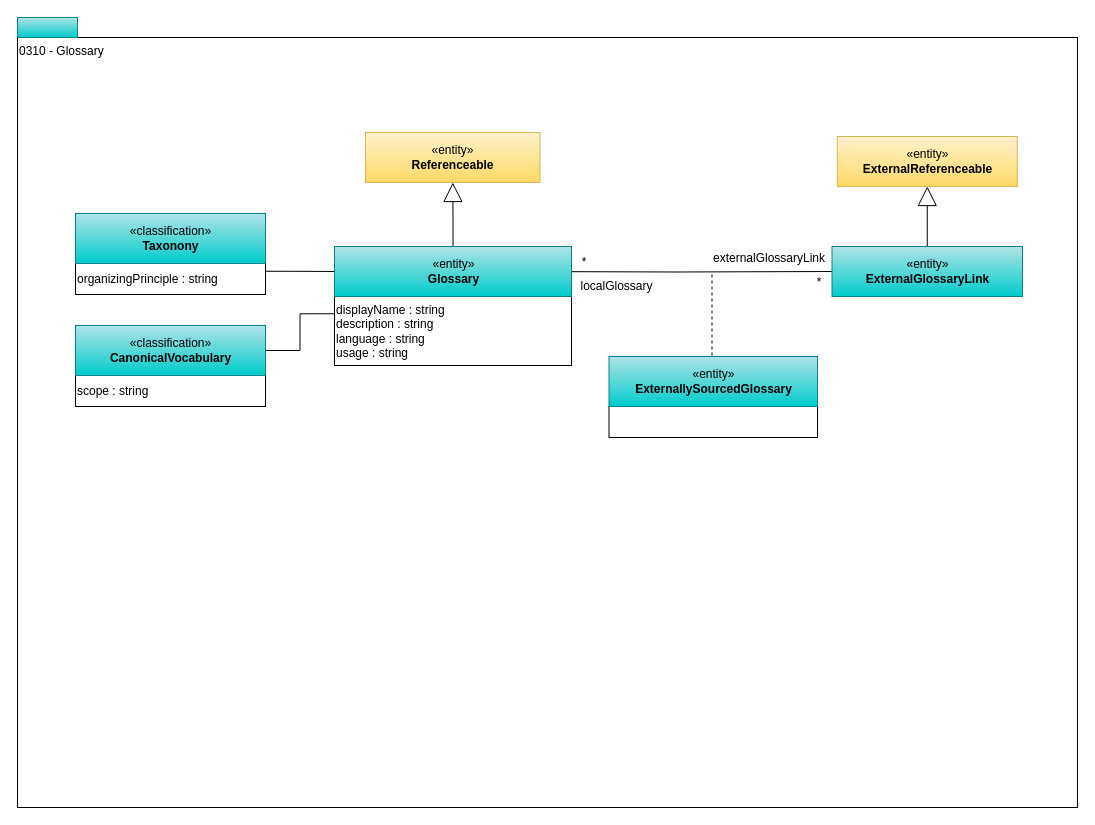
odpi/egeria keeps this draw.io diagram as page "0310-Glossary" (2 of 12) of open-metadata-publication/website/open-metadata-types/area-3-glossary.drawio. Above is the earlier version. Source tidied: cells renumbered, new cells numbered last; positions are measured from the earlier drawing's top-left corner, leaving out a move shared by most shapes. Both pictures are drawn from the tidied source at 100%, with x=0, y=0 at pixel (17, 17).
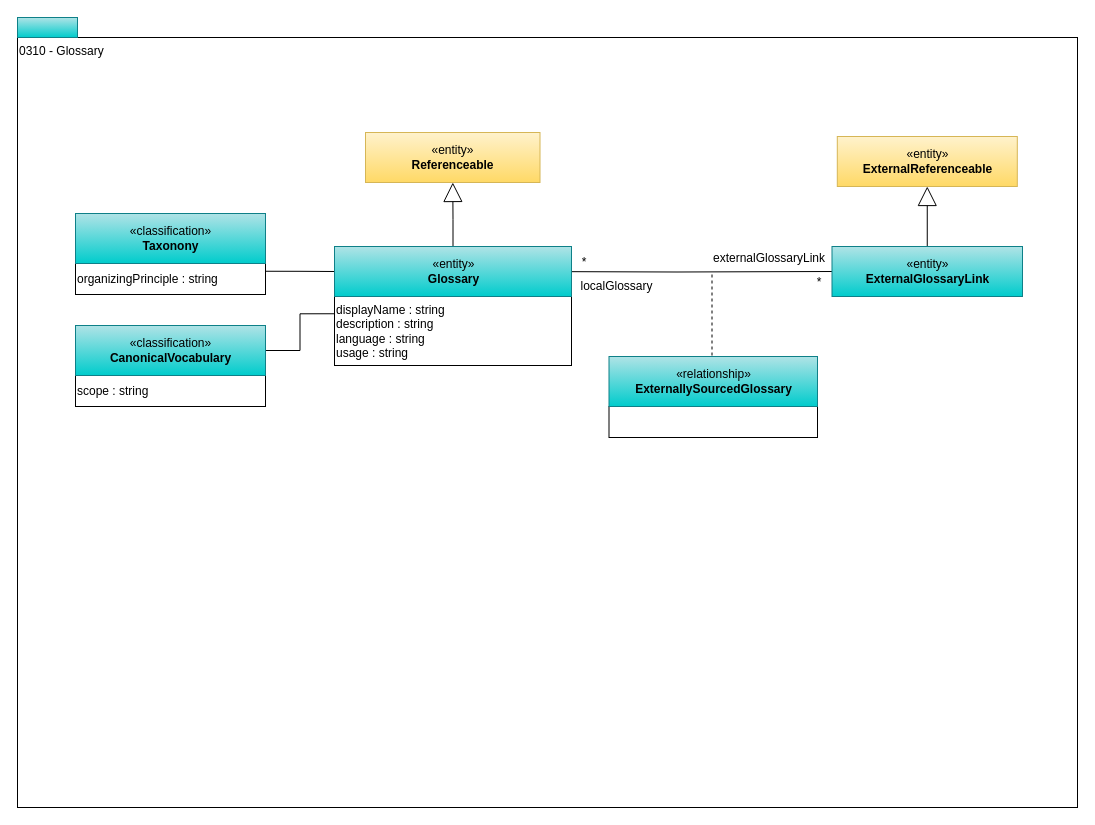
After the change.

What changed in the source:
```diff
@@
-    <mxCell id="24" value="«entity»&lt;br&gt;&lt;b&gt;ExternallySourcedGlossary&lt;/b&gt;" style="html=1;strokeColor=#0e8088;align=center;fillColor=#b0e3e6;gradientColor=#00CCCC;" parent="1" vertex="1">
+    <mxCell id="24" value="«relationship»&lt;br&gt;&lt;b&gt;ExternallySourcedGlossary&lt;/b&gt;" style="html=1;strokeColor=#0e8088;align=center;fillColor=#b0e3e6;gradientColor=#00CCCC;" parent="1" vertex="1">
       <mxGeometry x="591.5" y="339" width="208.5" height="50" as="geometry" />
     </mxCell>
```
